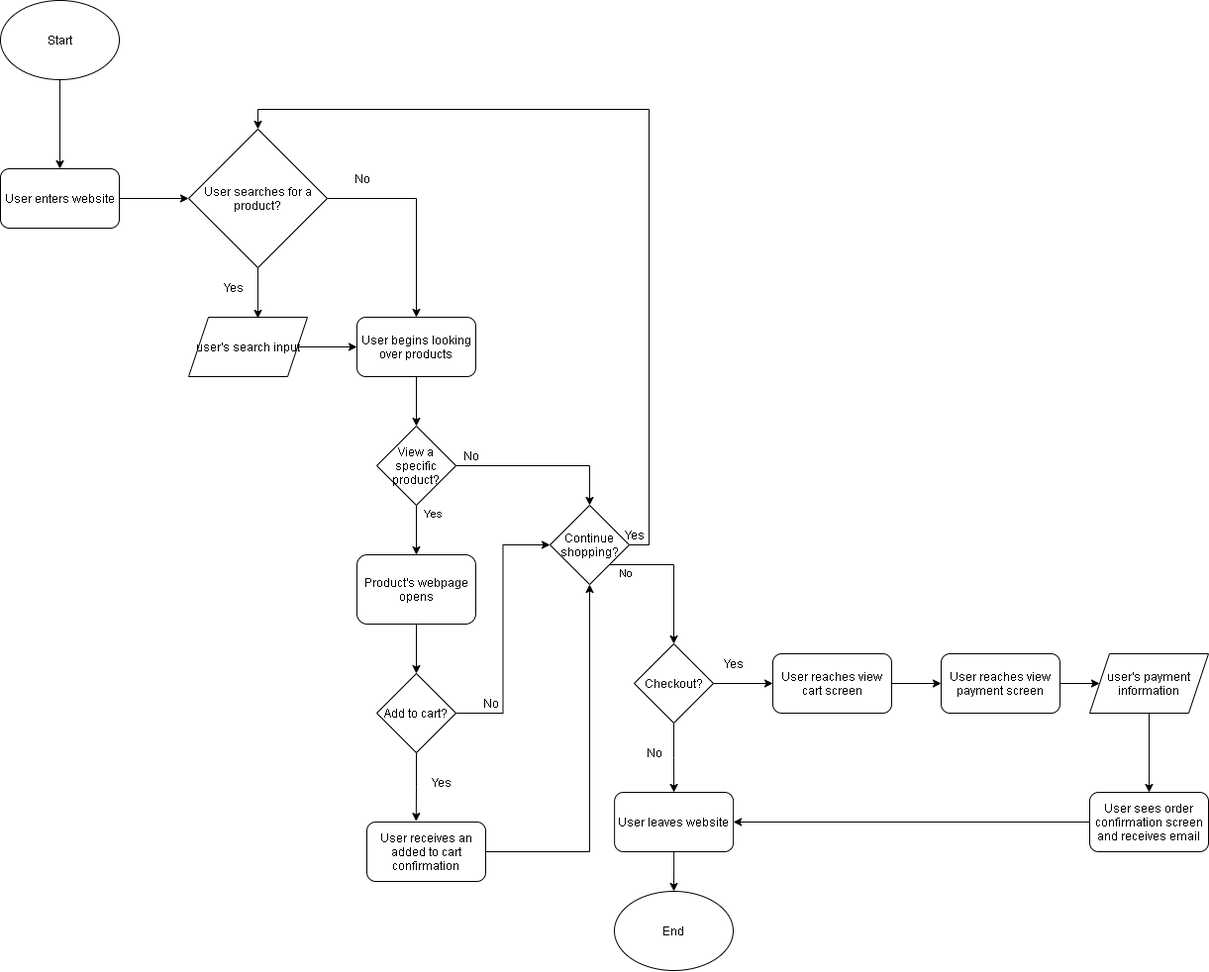
Above: explore/diagramming/diagram.drawio.png in annahsieh/fa21-cse110-lab4 (draw.io), before the change. Source tidied: cells renumbered, new cells last; positions are measured from the earlier drawing's top-left corner, leaving out a move shared by most shapes.
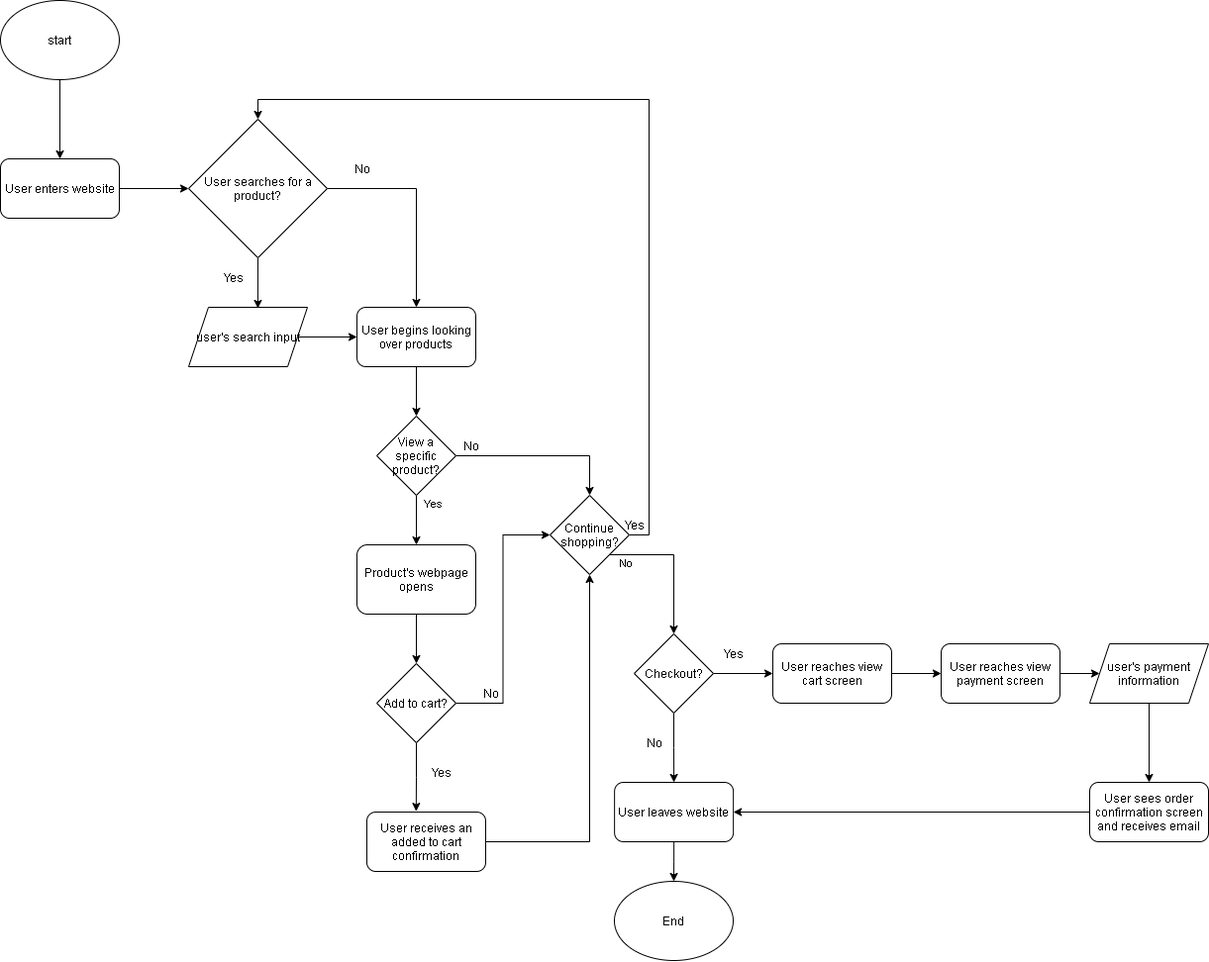
After the change.

Change to the diagram source:
```diff
@@ -143,8 +143,8 @@
     <mxCell id="48" style="edgeStyle=orthogonalEdgeStyle;rounded=0;jettySize=auto;html=1;exitX=0.5;exitY=1;exitDx=0;exitDy=0;entryX=0.5;entryY=0;entryDx=0;entryDy=0;" parent="1" edge="1" source="49" target="3">
       <mxGeometry relative="1" as="geometry" />
     </mxCell>
-    <mxCell id="49" value="Start" style="ellipse;whiteSpace=wrap;html=1;" parent="1" vertex="1">
-      <mxGeometry width="120" height="80" as="geometry" />
+    <mxCell id="49" value="start" style="ellipse;whiteSpace=wrap;html=1;" parent="1" vertex="1">
+      <mxGeometry y="10" width="120" height="80" as="geometry" />
     </mxCell>
   </root>
 </mxGraphModel>
```
